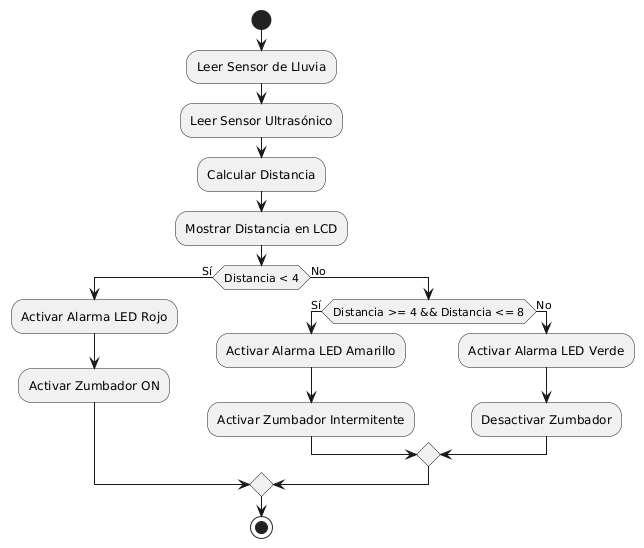
juanpa-corral/Challenge2IoT keeps this PlantUML diagram as UMLDiagrams/FlowDiagram.png. Above is the earlier version. Its diagram source:
```plantuml
@startuml
start
:Leer Sensor de Lluvia;
:Leer Sensor Ultrasónico;
:Calcular Distancia;
:Mostrar Distancia en LCD;
if (Distancia < 4) then (Sí)
  :Activar Alarma LED Rojo;
  :Activar Zumbador ON;
else (No)
  if (Distancia >= 4 && Distancia <= 8) then (Sí)
    :Activar Alarma LED Amarillo;
    :Activar Zumbador Intermitente;
  else (No)
    :Activar Alarma LED Verde;
    :Desactivar Zumbador;
  endif
endif
stop
@enduml
```
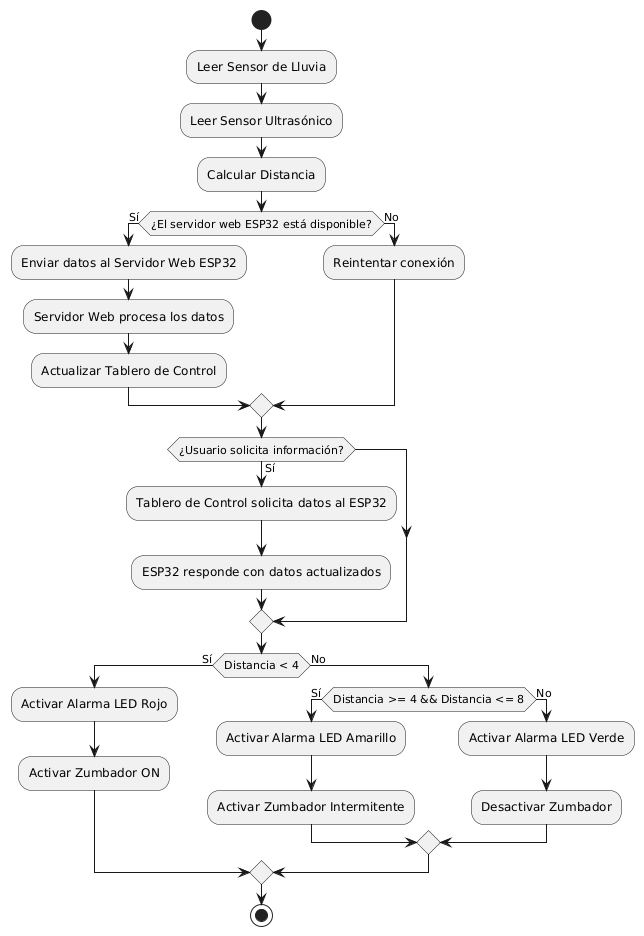
After the change.

The edit, as a diff of the source:
```diff
@@ -1,20 +1,35 @@
 @startuml
 start
+
 :Leer Sensor de Lluvia;
 :Leer Sensor Ultrasónico;
 :Calcular Distancia;
-:Mostrar Distancia en LCD;
+
+if (¿El servidor web ESP32 está disponible?) then (Sí)
+    :Enviar datos al Servidor Web ESP32;
+    :Servidor Web procesa los datos;
+    :Actualizar Tablero de Control;
+else (No)
+    :Reintentar conexión;
+endif
+
+if (¿Usuario solicita información?) then (Sí)
+    :Tablero de Control solicita datos al ESP32;
+    :ESP32 responde con datos actualizados;
+endif
+
 if (Distancia < 4) then (Sí)
-  :Activar Alarma LED Rojo;
-  :Activar Zumbador ON;
+    :Activar Alarma LED Rojo;
+    :Activar Zumbador ON;
 else (No)
-  if (Distancia >= 4 && Distancia <= 8) then (Sí)
-    :Activar Alarma LED Amarillo;
-    :Activar Zumbador Intermitente;
-  else (No)
-    :Activar Alarma LED Verde;
-    :Desactivar Zumbador;
-  endif
+    if (Distancia >= 4 && Distancia <= 8) then (Sí)
+        :Activar Alarma LED Amarillo;
+        :Activar Zumbador Intermitente;
+    else (No)
+        :Activar Alarma LED Verde;
+        :Desactivar Zumbador;
+    endif
 endif
+
 stop
 @enduml
```
